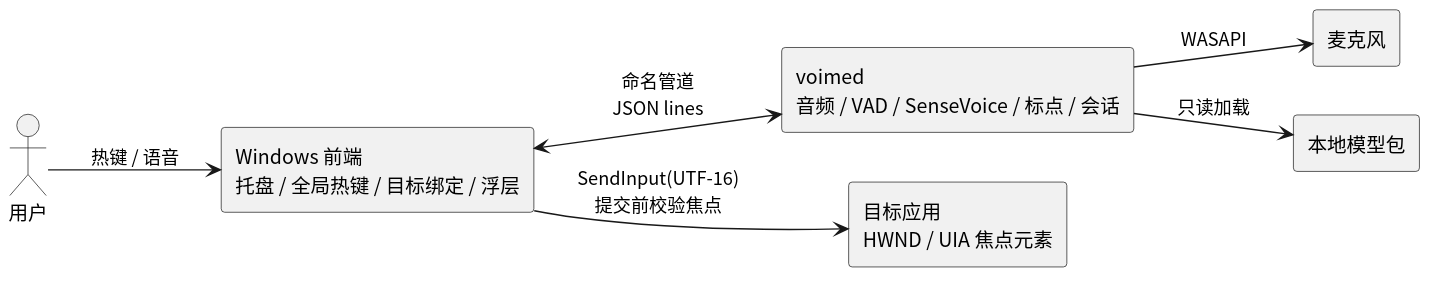
Above: diagram/windows-mvp.svg in 54m43lJ/voime (PlantUML), before the change.
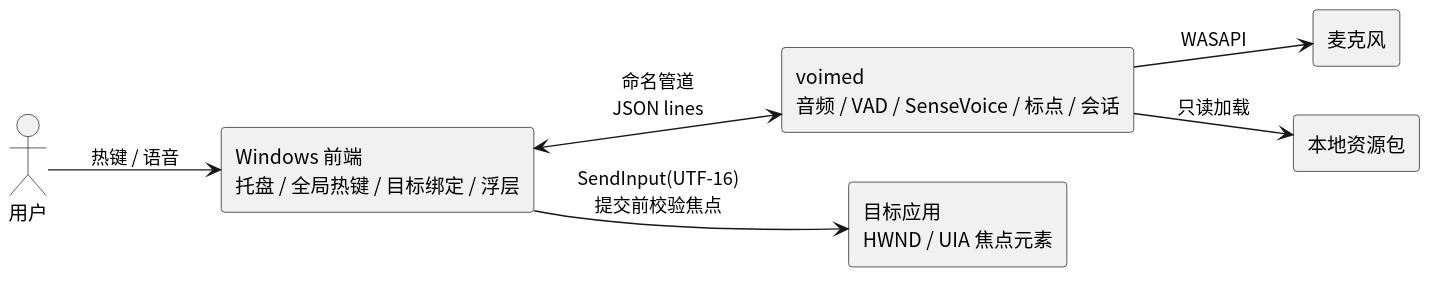
Later version of the same file.

What changed in the source:
```diff
@@ -9,7 +9,7 @@
 component "voimed\n音频 / VAD / SenseVoice / 标点 / 会话" as Daemon
 component "目标应用\nHWND / UIA 焦点元素" as App
 component "麦克风" as Mic
-component "本地模型包" as Models
+component "本地资源包" as Models
 
 User --> Frontend : 热键 / 语音
 Frontend <--> Daemon : 命名管道\nJSON lines
```
